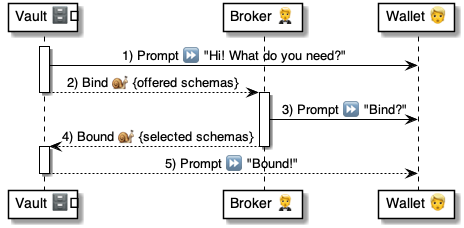
This is 4 ⚙️ Solution/20 🧑‍🦰 UI/Wallets 🧑‍🦰/🧑‍🦰💬 Wallet chats/...in Prompts 🤔/Bind 👉🗄️🔗/🧑‍🦰 Bind vault ⚙️ uml.png from pollyweb-org/pollyweb-docs, a PlantUML export, as it was before one commit. Its source is kept beside it as 4 ⚙️ Solution/20 🧑‍🦰 UI/Wallets 🧑‍🦰/🧑‍🦰💬 Wallet chats/...in Prompts 🤔/Bind 👉🗄️🔗/🧑‍🦰 Bind vault ⚙️ uml.puml.
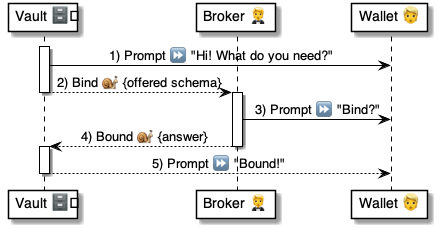
After the change.

The edit, as a diff of the source:
```diff
@@ -9,12 +9,12 @@
 
 activate vault
     vault -> wallet: 1) Prompt ⏩ "Hi! What do you need?"
-    vault --> broker: 2) Bind 🐌 {offered schemas}
+    vault --> broker: 2) Bind 🐌 {offered schema}
 deactivate vault
 
 activate broker
     broker -> wallet: 3) Prompt ⏩ "Bind?"
-    broker --> vault: 4) Bound 🐌 {selected schemas}
+    broker --> vault: 4) Bound 🐌 {answer}
 deactivate broker
 
 activate vault
```
